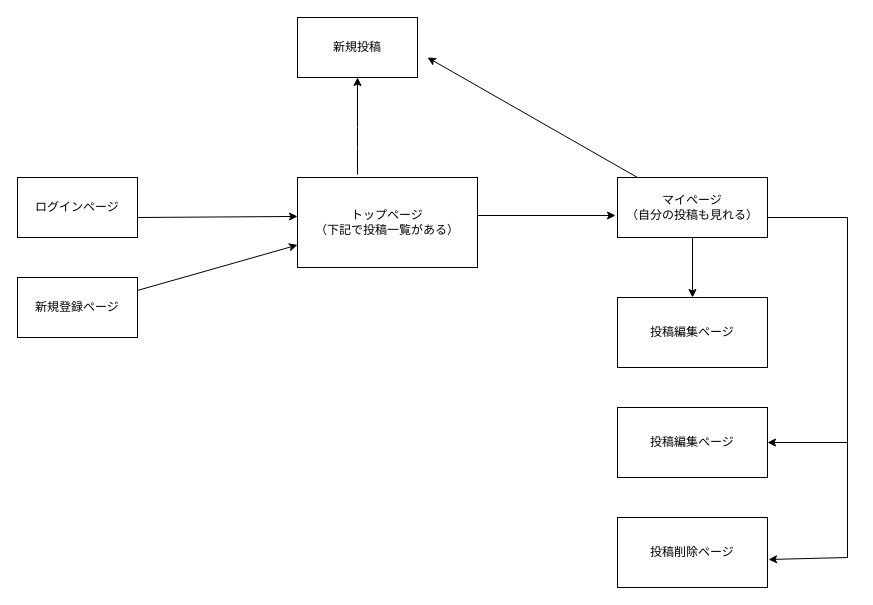
This is gamen.dio from JunOno09/build-up, a draw.io file, before an edit. Source tidied: cells renumbered, new cells numbered last; positions are measured from the earlier drawing's top-left corner, leaving out a move shared by most shapes. Both pictures are drawn from the tidied source at 100%, with x=0, y=0 at pixel (17, 17).
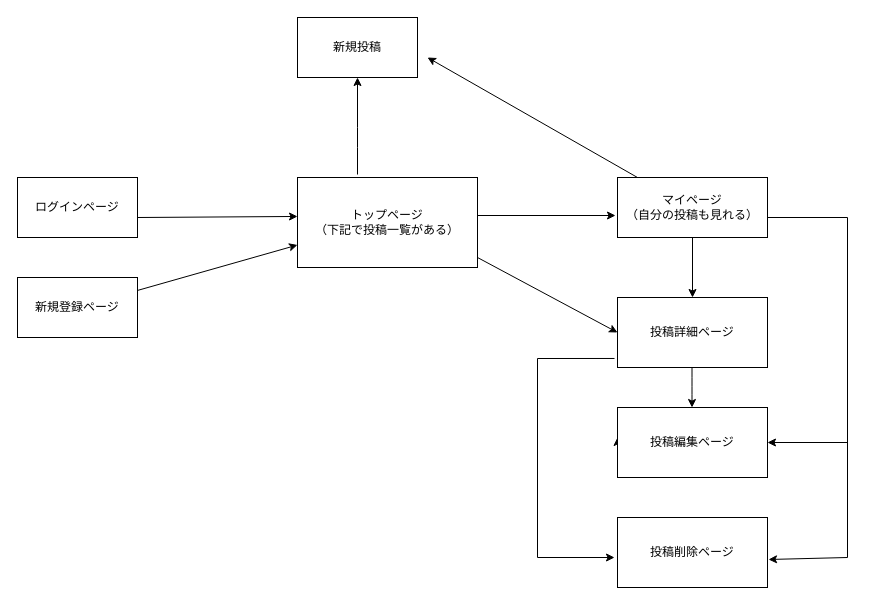
Above is the later version.

The change refers to these unchanged cells:
```xml
<mxCell id="9" value="投稿編集ページ" style="rounded=0;whiteSpace=wrap;html=1;" parent="1" vertex="1">
  <mxGeometry x="600" y="390" width="150" height="70" as="geometry" />
</mxCell>
```

Diff of the diagram source:
```diff
@@
-    <mxCell id="7" value="投稿編集ページ" style="rounded=0;whiteSpace=wrap;html=1;" parent="1" vertex="1">
+    <mxCell id="7" value="投稿詳細ページ" style="rounded=0;whiteSpace=wrap;html=1;" parent="1" vertex="1">
       <mxGeometry x="600" y="280" width="150" height="70" as="geometry" />
     </mxCell>
+    <mxCell id="20" style="edgeStyle=orthogonalEdgeStyle;rounded=0;jettySize=auto;html=1;exitX=-0.02;exitY=0.871;exitDx=0;exitDy=0;exitPerimeter=0;" parent="1" edge="1" source="7">
+      <mxGeometry relative="1" as="geometry">
+        <mxPoint x="597" y="540" as="targetPoint" />
+        <Array as="points">
+          <mxPoint x="520" y="341" />
+          <mxPoint x="520" y="540" />
+        </Array>
+      </mxGeometry>
+    </mxCell>
@@
+    <mxCell id="21" style="edgeStyle=orthogonalEdgeStyle;rounded=0;jettySize=auto;html=1;exitX=0;exitY=0.5;exitDx=0;exitDy=0;" parent="1" edge="1" source="9">
+      <mxGeometry relative="1" as="geometry">
+        <mxPoint x="600" y="420" as="targetPoint" />
+      </mxGeometry>
+    </mxCell>
@@
+    <mxCell id="22" style="endArrow=classic;html=1;entryX=0;entryY=0.5;entryDx=0;entryDy=0;" parent="1" edge="1" target="7">
+      <mxGeometry relative="1" as="geometry">
+        <mxPoint x="460" y="240" as="sourcePoint" />
+      </mxGeometry>
+    </mxCell>
+    <mxCell id="23" style="endArrow=classic;html=1;entryX=0.5;entryY=0;entryDx=0;entryDy=0;exitX=0.5;exitY=1;exitDx=0;exitDy=0;" parent="1" edge="1">
+      <mxGeometry relative="1" as="geometry">
+        <mxPoint x="674.5" y="350" as="sourcePoint" />
+        <mxPoint x="674.5" y="390" as="targetPoint" />
+        <Array as="points">
+          <mxPoint x="674.5" y="370" />
+        </Array>
+      </mxGeometry>
+    </mxCell>
```
